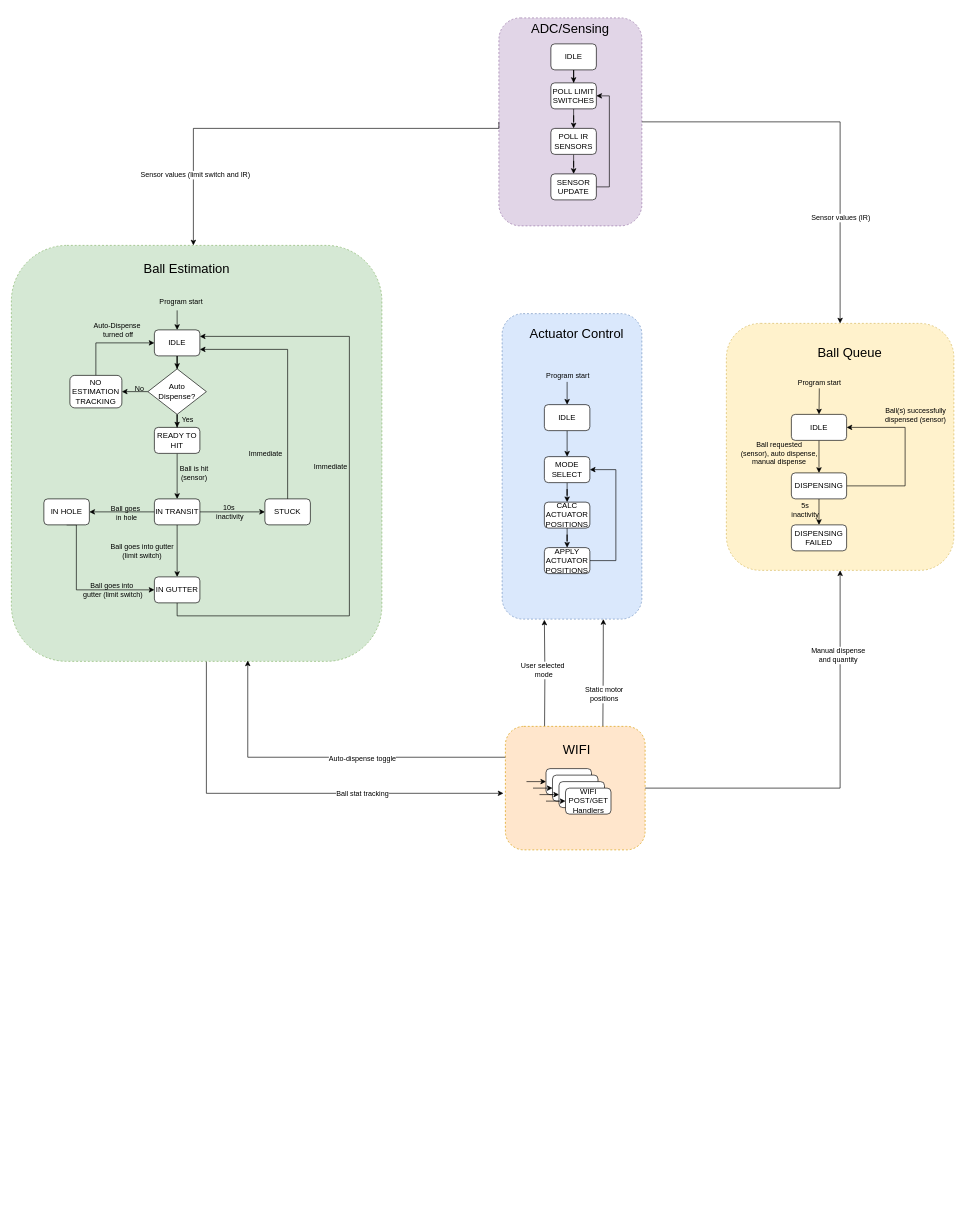
Before: firmware/diagrams/statemachine.drawio in ethanabraham639/Capstone-2025, a draw.io diagram. Source tidied: cells renumbered, new cells numbered last; positions are measured from the earlier drawing's top-left corner, leaving out a move shared by most shapes. Both pictures are drawn from the tidied source at 65%, with x=0, y=0 at pixel (11, 11).
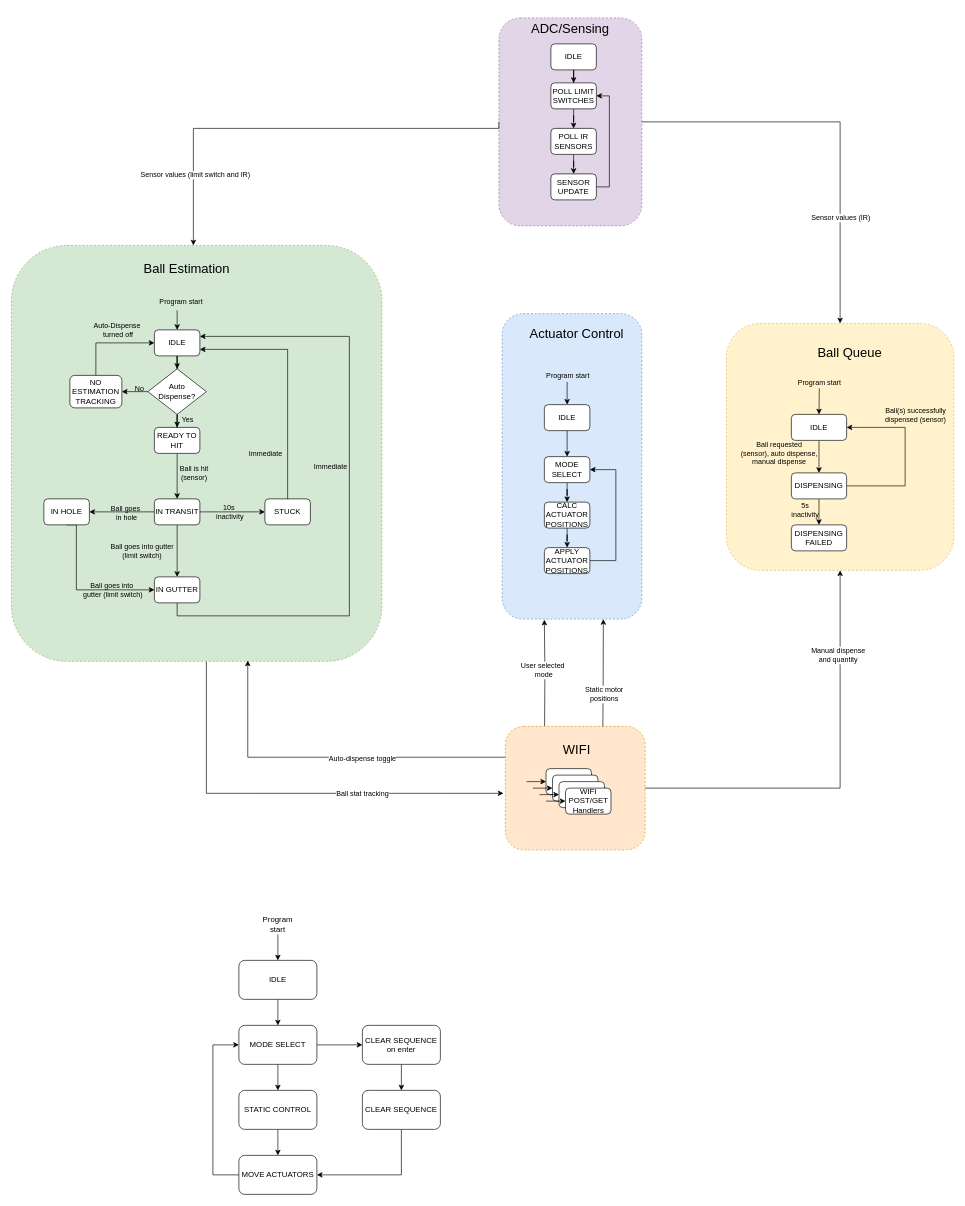
The same page after the edit.

Commit message (it also covers changes not shown here):
WIP start working on ball clearing sequence, untested, uncompiled, still need to cleanup

What changed in the source:
```diff
@@
+    <mxCell id="97" style="edgeStyle=orthogonalEdgeStyle;rounded=0;jettySize=auto;html=1;entryX=0.5;entryY=0;entryDx=0;entryDy=0;" parent="1" edge="1" source="98" target="103">
+      <mxGeometry relative="1" as="geometry" />
+    </mxCell>
+    <mxCell id="98" value="IDLE" style="rounded=1;whiteSpace=wrap;html=1;" parent="1" vertex="1">
+      <mxGeometry x="350" y="1460" width="120" height="60" as="geometry" />
+    </mxCell>
+    <mxCell id="99" style="edgeStyle=orthogonalEdgeStyle;rounded=0;jettySize=auto;html=1;entryX=0.5;entryY=0;entryDx=0;entryDy=0;" parent="1" edge="1" source="100" target="98">
+      <mxGeometry relative="1" as="geometry" />
+    </mxCell>
+    <mxCell id="100" value="Program start" style="text;html=1;align=center;verticalAlign=middle;whiteSpace=wrap;rounded=0;" parent="1" vertex="1">
+      <mxGeometry x="380" y="1390" width="60" height="30" as="geometry" />
+    </mxCell>
+    <mxCell id="101" style="edgeStyle=orthogonalEdgeStyle;rounded=0;jettySize=auto;html=1;entryX=0.5;entryY=0;entryDx=0;entryDy=0;" parent="1" edge="1" source="103" target="105">
+      <mxGeometry relative="1" as="geometry" />
+    </mxCell>
+    <mxCell id="102" style="edgeStyle=orthogonalEdgeStyle;rounded=0;jettySize=auto;html=1;" parent="1" edge="1" source="103" target="107">
+      <mxGeometry relative="1" as="geometry" />
+    </mxCell>
+    <mxCell id="103" value="MODE SELECT" style="rounded=1;whiteSpace=wrap;html=1;" parent="1" vertex="1">
+      <mxGeometry x="350" y="1560" width="120" height="60" as="geometry" />
+    </mxCell>
+    <mxCell id="104" style="edgeStyle=orthogonalEdgeStyle;rounded=0;jettySize=auto;html=1;entryX=0.5;entryY=0;entryDx=0;entryDy=0;" parent="1" edge="1" source="105" target="111">
+      <mxGeometry relative="1" as="geometry" />
+    </mxCell>
+    <mxCell id="105" value="STATIC CONTROL" style="rounded=1;whiteSpace=wrap;html=1;" parent="1" vertex="1">
+      <mxGeometry x="350" y="1660" width="120" height="60" as="geometry" />
+    </mxCell>
+    <mxCell id="106" style="edgeStyle=orthogonalEdgeStyle;rounded=0;jettySize=auto;html=1;" parent="1" edge="1" source="107" target="109">
+      <mxGeometry relative="1" as="geometry" />
+    </mxCell>
+    <mxCell id="107" value="CLEAR SEQUENCE on enter" style="rounded=1;whiteSpace=wrap;html=1;" parent="1" vertex="1">
+      <mxGeometry x="540" y="1560" width="120" height="60" as="geometry" />
+    </mxCell>
+    <mxCell id="108" style="edgeStyle=orthogonalEdgeStyle;rounded=0;jettySize=auto;html=1;entryX=1;entryY=0.5;entryDx=0;entryDy=0;" parent="1" edge="1" source="109" target="111">
+      <mxGeometry relative="1" as="geometry">
+        <Array as="points">
+          <mxPoint x="600" y="1790" />
+        </Array>
+      </mxGeometry>
+    </mxCell>
+    <mxCell id="109" value="CLEAR SEQUENCE" style="rounded=1;whiteSpace=wrap;html=1;" parent="1" vertex="1">
+      <mxGeometry x="540" y="1660" width="120" height="60" as="geometry" />
+    </mxCell>
+    <mxCell id="110" style="edgeStyle=orthogonalEdgeStyle;rounded=0;jettySize=auto;html=1;entryX=0;entryY=0.5;entryDx=0;entryDy=0;" parent="1" edge="1" source="111" target="103">
+      <mxGeometry relative="1" as="geometry">
+        <Array as="points">
+          <mxPoint x="310" y="1790" />
+          <mxPoint x="310" y="1590" />
+        </Array>
+      </mxGeometry>
+    </mxCell>
+    <mxCell id="111" value="MOVE ACTUATORS" style="rounded=1;whiteSpace=wrap;html=1;" parent="1" vertex="1">
+      <mxGeometry x="350" y="1760" width="120" height="60" as="geometry" />
+    </mxCell>
```
